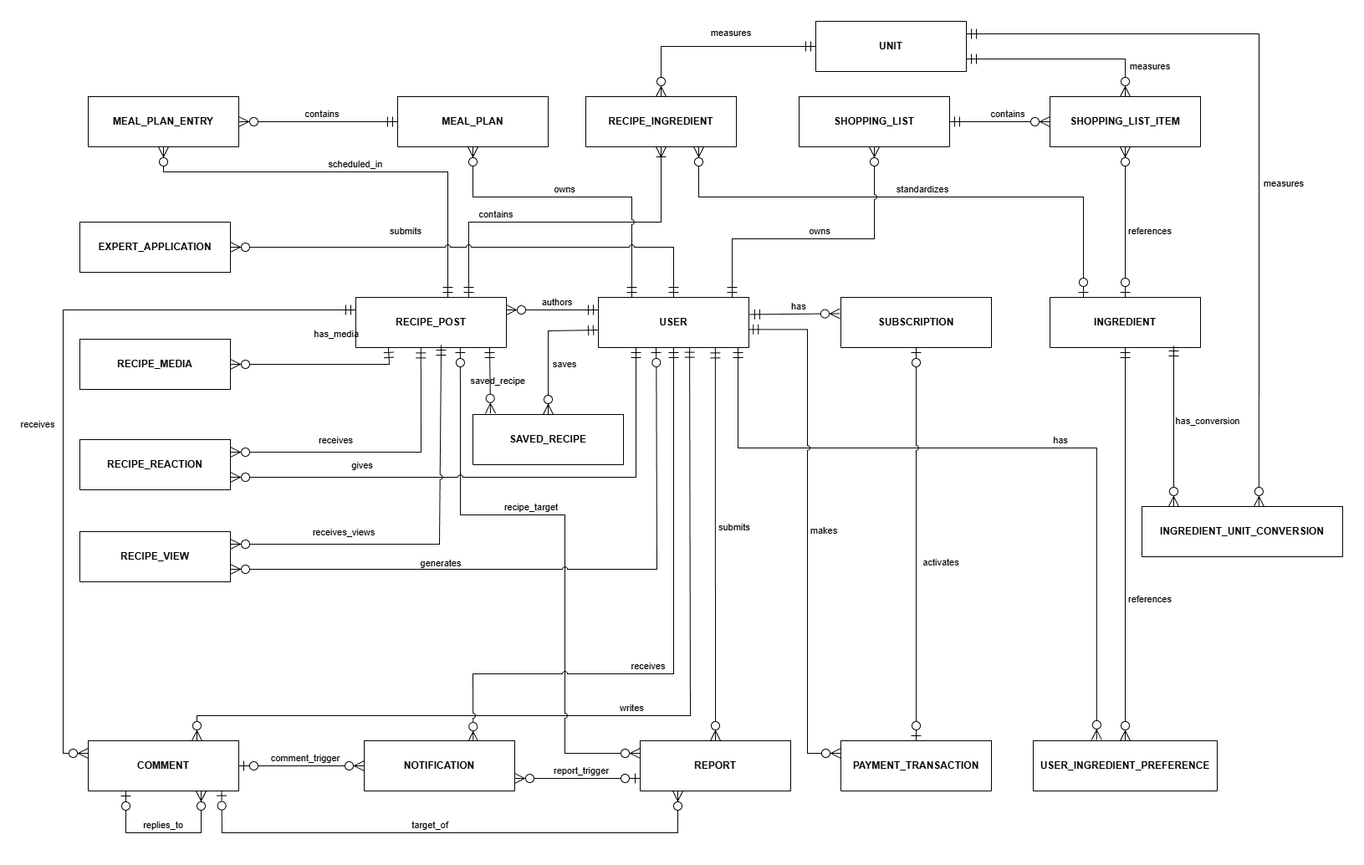
Above: docs/diagrams/ERD/conceptual-erd-v1.0.0.drawio.png in NgaiLong49423/vegetarian-support-system (draw.io), before the change. Source tidied: cells renumbered, new cells last; positions are measured from the earlier drawing's top-left corner, leaving out a move shared by most shapes.
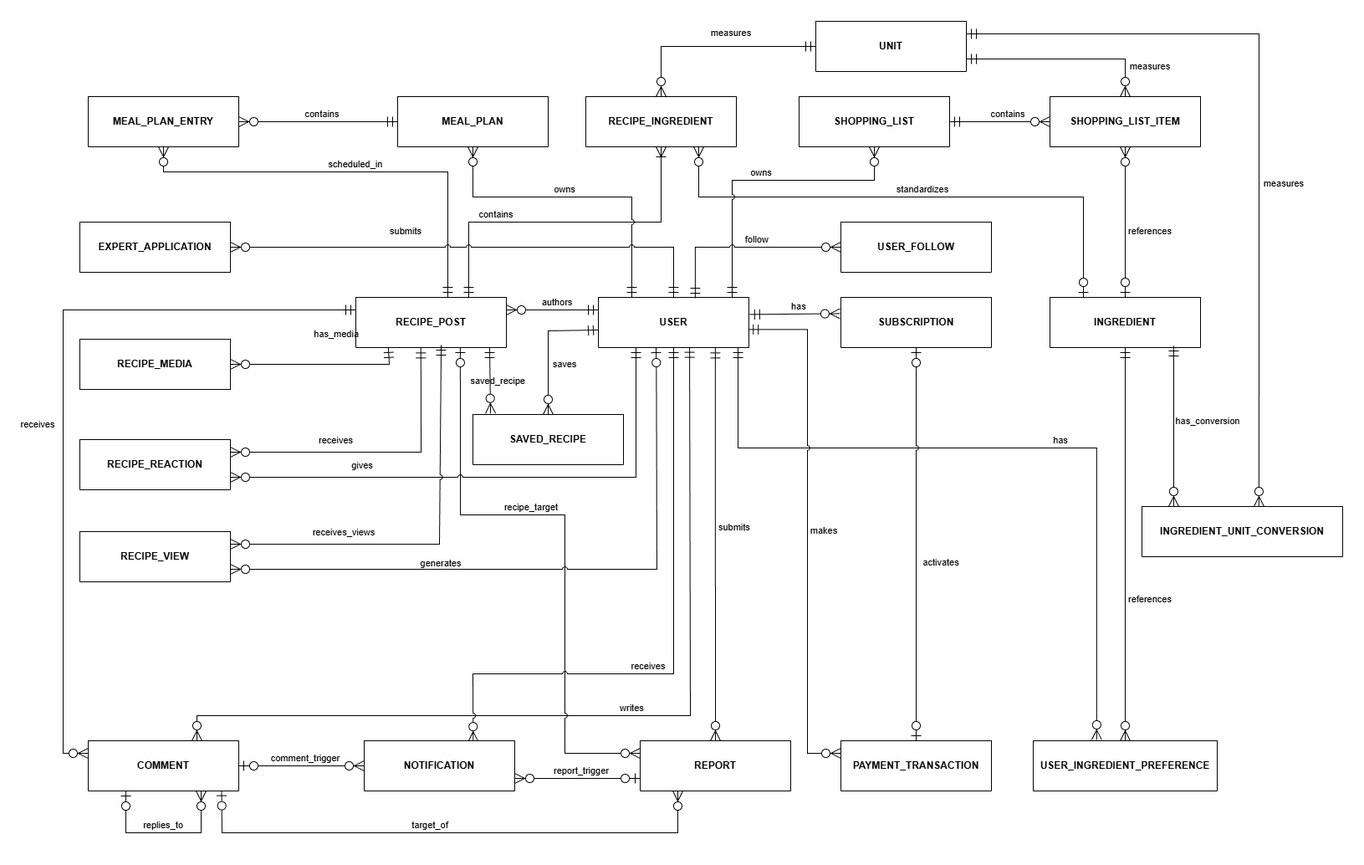
Later version of the same file.

What changed in the source:
```diff
@@ -133,8 +133,8 @@
     <mxCell id="29" value="owns" style="startArrow=ERmandOne;startSize=10;endArrow=ERzeroToMany;endSize=10;rounded=0;jumpStyle=arc;labelBackgroundColor=none;fontColor=default;edgeStyle=orthogonalEdgeStyle;startFill=0;" parent="1" edge="1" source="2" target="11">
       <mxGeometry y="10" relative="1" as="geometry">
         <Array as="points">
-          <mxPoint x="800" y="260" />
-          <mxPoint x="970" y="260" />
+          <mxPoint x="800" y="190" />
+          <mxPoint x="970" y="190" />
         </Array>
       </mxGeometry>
     </mxCell>
@@ -271,5 +271,11 @@
     <mxCell id="57" value=" submits " style="startArrow=ERmandOne;startSize=10;endArrow=ERzeroToMany;endSize=10;rounded=0;orthogonal=1;labelBackgroundColor=none;fontColor=default;entryX=1;entryY=0.5;entryDx=0;entryDy=0;exitX=0.5;exitY=0;exitDx=0;exitDy=0;jumpStyle=arc;edgeStyle=orthogonalEdgeStyle;" parent="1" edge="1" source="2" target="56">
       <mxGeometry x="0.29" y="-20" relative="1" as="geometry" />
     </mxCell>
+    <mxCell id="58" value="USER_FOLLOW" style="shape=table;startSize=60;whiteSpace=wrap;rowLines=1;fontStyle=1;align=center;labelBackgroundColor=none;" parent="1" vertex="1">
+      <mxGeometry x="930" y="240" width="180" height="60" as="geometry" />
+    </mxCell>
+    <mxCell id="59" value="follow" style="startArrow=ERmandOne;startSize=10;endArrow=ERzeroToMany;endSize=10;rounded=0;jumpStyle=arc;labelBackgroundColor=none;fontColor=default;startFill=0;exitX=0.644;exitY=0.017;exitDx=0;exitDy=0;exitPerimeter=0;entryX=0;entryY=0.5;entryDx=0;entryDy=0;edgeStyle=orthogonalEdgeStyle;" parent="1" edge="1" source="2" target="58">
+      <mxGeometry x="0.15" y="10" relative="1" as="geometry" />
+    </mxCell>
   </root>
 </mxGraphModel>
```
